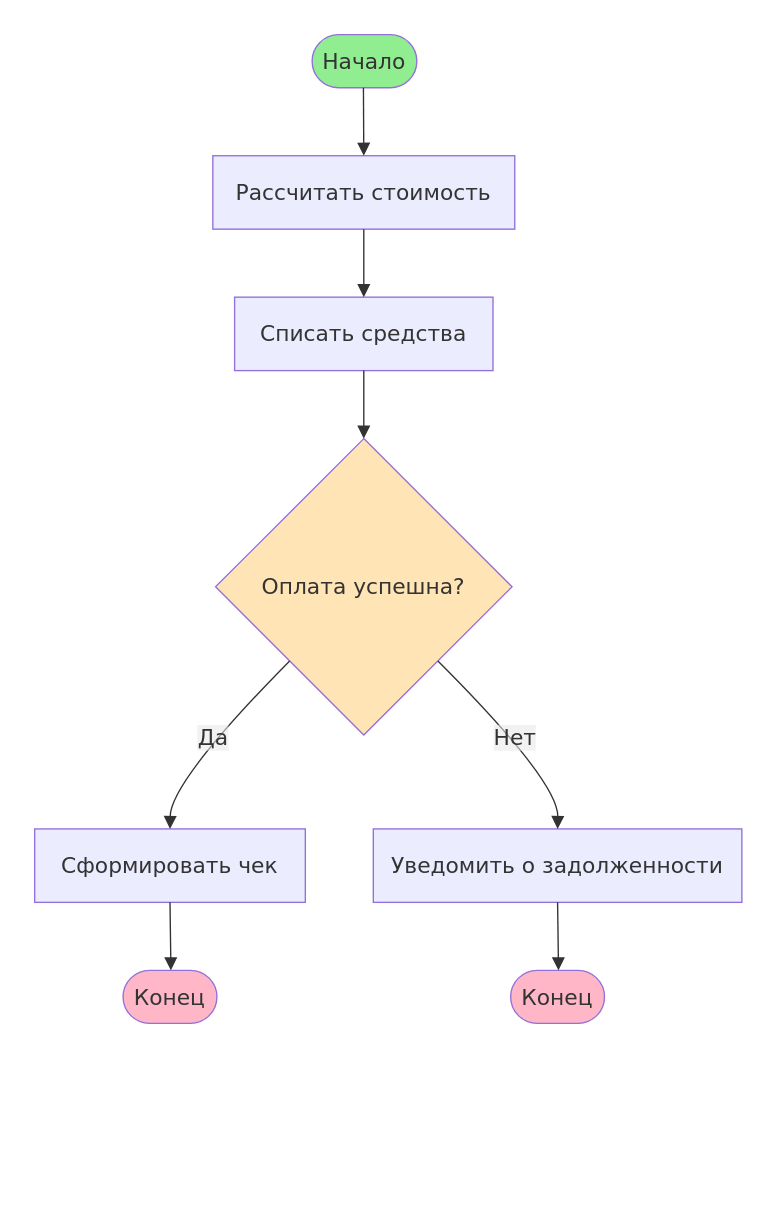
Above: lab1/diagrams/activity.drawio in Razexill/visual-programming-labs-vauchkevich (draw.io), before the change. Source tidied: cells renumbered, new cells numbered last; positions are measured from the earlier drawing's top-left corner, leaving out a move shared by most shapes. Both pictures are drawn from the tidied source at 136%, with x=0, y=0 at pixel (23, 23).
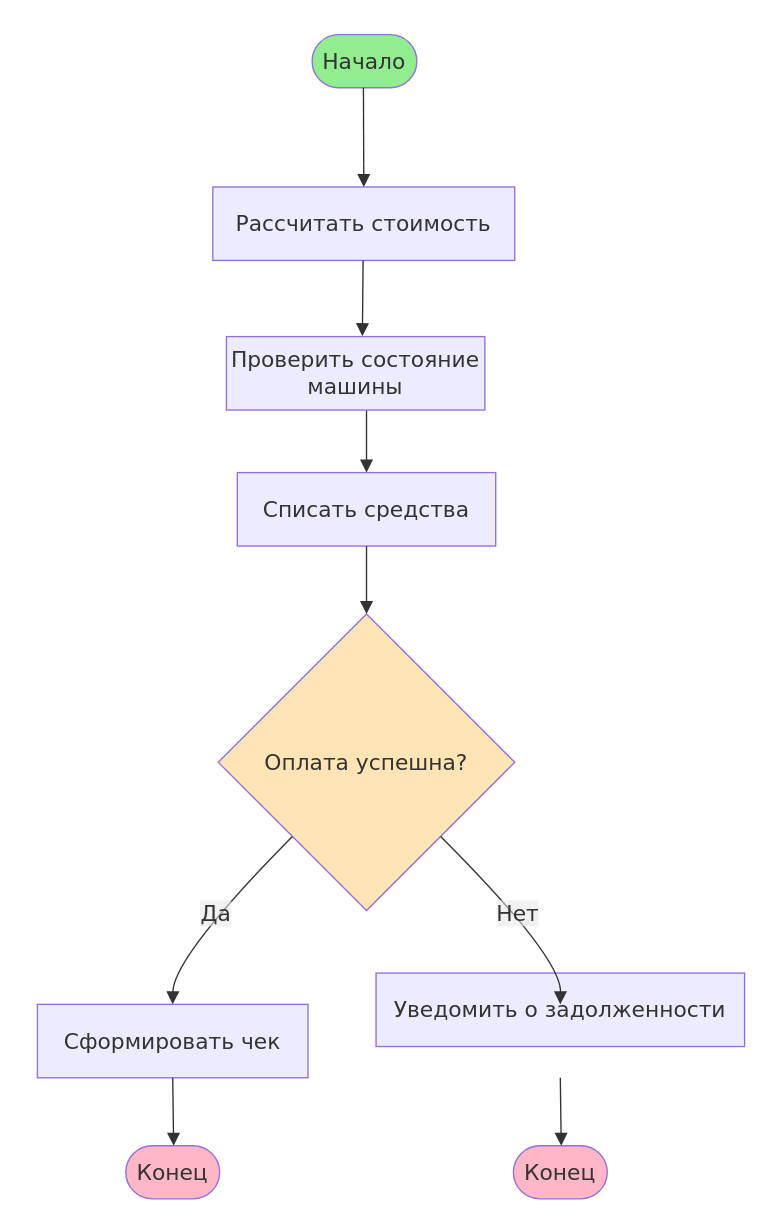
After the change.

Commit message (it also covers changes not shown here):
update uml:add element

The change refers to these unchanged cells:
```xml
<mxCell id="2" style="group;transparentBounds=1;editIcon=1;lockedGroup=0;groupPadding=10;" parent="1" vertex="1">
  <mxGeometry as="geometry" />
</mxCell>
```

Change to the diagram source:
```diff
@@
     <mxCell id="4" value="Рассчитать стоимость" style="html=1;whiteSpace=wrap;strokeWidth=1;fillColor=light-dark(#ECECFF,#1f2020);strokeColor=light-dark(#9370DB,#cccccc);fontColor=light-dark(#333333,#cccccc);fontFamily=Trebuchet MS,Verdana,Arial,sans-serif;fontSize=16;" parent="2" vertex="1">
-      <mxGeometry x="139" y="97" width="222" height="54" as="geometry" />
+      <mxGeometry x="139" y="120" width="222" height="54" as="geometry" />
     </mxCell>
     <mxCell id="5" value="Списать средства" style="html=1;whiteSpace=wrap;strokeWidth=1;fillColor=light-dark(#ECECFF,#1f2020);strokeColor=light-dark(#9370DB,#cccccc);fontColor=light-dark(#333333,#cccccc);fontFamily=Trebuchet MS,Verdana,Arial,sans-serif;fontSize=16;" parent="2" vertex="1">
-      <mxGeometry x="155" y="201" width="190" height="54" as="geometry" />
+      <mxGeometry x="157" y="330" width="190" height="54" as="geometry" />
     </mxCell>
     <mxCell id="6" value="Оплата успешна?" style="rhombus;html=1;strokeWidth=1;whiteSpace=wrap;fillColor=#FFE4B5;strokeColor=light-dark(#9370DB,#cccccc);fontColor=light-dark(#333333,#cccccc);fontFamily=Trebuchet MS,Verdana,Arial,sans-serif;fontSize=16;" parent="2" vertex="1">
-      <mxGeometry x="141" y="305" width="218" height="218" as="geometry" />
+      <mxGeometry x="143" y="434" width="218" height="218" as="geometry" />
     </mxCell>
     <mxCell id="7" value="Сформировать чек" style="html=1;whiteSpace=wrap;strokeWidth=1;fillColor=light-dark(#ECECFF,#1f2020);strokeColor=light-dark(#9370DB,#cccccc);fontColor=light-dark(#333333,#cccccc);fontFamily=Trebuchet MS,Verdana,Arial,sans-serif;fontSize=16;" parent="2" vertex="1">
-      <mxGeometry x="8" y="592" width="199" height="54" as="geometry" />
+      <mxGeometry x="10" y="721" width="199" height="54" as="geometry" />
     </mxCell>
     <mxCell id="8" value="Конец" style="html=1;rounded=1;whiteSpace=wrap;arcSize=50;strokeWidth=1;fillColor=#FFB6C6;strokeColor=light-dark(#9370DB,#cccccc);fontColor=light-dark(#333333,#cccccc);fontFamily=Trebuchet MS,Verdana,Arial,sans-serif;fontSize=16;" parent="2" vertex="1">
-      <mxGeometry x="73" y="696" width="69" height="39" as="geometry" />
+      <mxGeometry x="75" y="825" width="69" height="39" as="geometry" />
     </mxCell>
     <mxCell id="9" value="Уведомить о задолженности" style="html=1;whiteSpace=wrap;strokeWidth=1;fillColor=light-dark(#ECECFF,#1f2020);strokeColor=light-dark(#9370DB,#cccccc);fontColor=light-dark(#333333,#cccccc);fontFamily=Trebuchet MS,Verdana,Arial,sans-serif;fontSize=16;" parent="2" vertex="1">
-      <mxGeometry x="257" y="592" width="271" height="54" as="geometry" />
+      <mxGeometry x="259" y="698" width="271" height="54" as="geometry" />
     </mxCell>
     <mxCell id="10" value="Конец" style="html=1;rounded=1;whiteSpace=wrap;arcSize=50;strokeWidth=1;fillColor=#FFB6C6;strokeColor=light-dark(#9370DB,#cccccc);fontColor=light-dark(#333333,#cccccc);fontFamily=Trebuchet MS,Verdana,Arial,sans-serif;fontSize=16;" parent="2" vertex="1">
-      <mxGeometry x="358" y="696" width="69" height="39" as="geometry" />
+      <mxGeometry x="360" y="825" width="69" height="39" as="geometry" />
     </mxCell>
@@
-    <mxCell id="12" style="curved=1;startArrow=none;endArrow=block;endSize=7;strokeColor=light-dark(#333333,#cccccc);exitX=0.5;exitY=1;entryX=0.5;entryY=0;" parent="2" edge="1" source="4" target="5">
-      <mxGeometry relative="1" as="geometry" />
+    <mxCell id="12" style="curved=1;startArrow=none;endArrow=block;endSize=7;strokeColor=light-dark(#333333,#cccccc);exitX=0.5;exitY=1;entryX=0.5;entryY=0;" parent="2" edge="1" target="5">
+      <mxGeometry relative="1" as="geometry">
+        <mxPoint x="252" y="280" as="sourcePoint" />
+      </mxGeometry>
     </mxCell>
@@
     <mxCell id="14" value="Да" style="curved=1;startArrow=none;endArrow=block;endSize=7;strokeColor=light-dark(#333333,#cccccc);html=1;fontSize=16;labelBackgroundColor=light-dark(#E8E8E88D,#2a2a2a8D);fontFamily=Trebuchet MS,Verdana,Arial,sans-serif;fontColor=light-dark(#333333,#cccccc);exitX=0;exitY=1;entryX=0.5;entryY=0;" parent="2" edge="1" source="6" target="7">
       <mxGeometry relative="1" as="geometry">
         <Array as="points">
-          <mxPoint x="108" y="557" />
+          <mxPoint x="110" y="686" />
         </Array>
       </mxGeometry>
     </mxCell>
@@
-    <mxCell id="16" value="Нет" style="curved=1;startArrow=none;endArrow=block;endSize=7;strokeColor=light-dark(#333333,#cccccc);html=1;fontSize=16;labelBackgroundColor=light-dark(#E8E8E88D,#2a2a2a8D);fontFamily=Trebuchet MS,Verdana,Arial,sans-serif;fontColor=light-dark(#333333,#cccccc);exitX=1;exitY=1;entryX=0.5;entryY=0;" parent="2" edge="1" source="6" target="9">
+    <mxCell id="16" value="Нет" style="curved=1;startArrow=none;endArrow=block;endSize=7;strokeColor=light-dark(#333333,#cccccc);html=1;fontSize=16;labelBackgroundColor=light-dark(#E8E8E88D,#2a2a2a8D);fontFamily=Trebuchet MS,Verdana,Arial,sans-serif;fontColor=light-dark(#333333,#cccccc);exitX=1;exitY=1;entryX=0.5;entryY=0;" parent="2" edge="1" source="6">
       <mxGeometry relative="1" as="geometry">
+        <mxPoint x="394.5" y="721" as="targetPoint" />
         <Array as="points">
-          <mxPoint x="393" y="557" />
+          <mxPoint x="395" y="686" />
         </Array>
       </mxGeometry>
     </mxCell>
-    <mxCell id="17" style="curved=1;startArrow=none;endArrow=block;endSize=7;strokeColor=light-dark(#333333,#cccccc);exitX=0.5;exitY=1;entryX=0.51;entryY=0;" parent="2" edge="1" source="9" target="10">
-      <mxGeometry relative="1" as="geometry" />
+    <mxCell id="17" style="curved=1;startArrow=none;endArrow=block;endSize=7;strokeColor=light-dark(#333333,#cccccc);exitX=0.5;exitY=1;entryX=0.51;entryY=0;" parent="2" edge="1" target="10">
+      <mxGeometry relative="1" as="geometry">
+        <mxPoint x="394.5" y="775" as="sourcePoint" />
+      </mxGeometry>
     </mxCell>
+    <mxCell id="18" value="Проверить состояние машины" style="html=1;whiteSpace=wrap;strokeWidth=1;fillColor=light-dark(#ECECFF,#1f2020);strokeColor=light-dark(#9370DB,#cccccc);fontColor=light-dark(#333333,#cccccc);fontFamily=Trebuchet MS,Verdana,Arial,sans-serif;fontSize=16;" parent="2" vertex="1">
+      <mxGeometry x="149" y="230" width="190" height="54" as="geometry" />
+    </mxCell>
+    <mxCell id="19" style="curved=1;startArrow=none;endArrow=block;endSize=7;strokeColor=light-dark(#333333,#cccccc);exitX=0.5;exitY=1;entryX=0.526;entryY=-0.005;entryDx=0;entryDy=0;entryPerimeter=0;" parent="2" edge="1" target="18">
+      <mxGeometry relative="1" as="geometry">
+        <mxPoint x="249.5" y="174" as="sourcePoint" />
+      </mxGeometry>
+    </mxCell>
```
